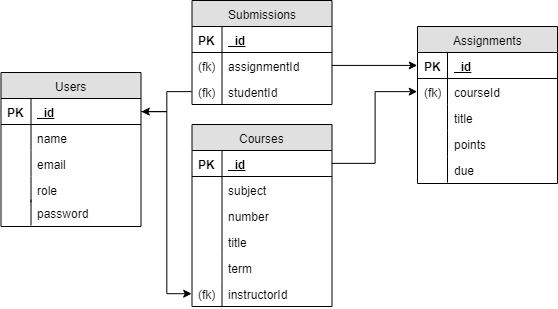
This is tarpaulin_schema.png from osu-cs493-sp19/final-project-team1, a draw.io export, as it was before one commit. Source tidied: cells renumbered, new cells last; positions are measured from the earlier drawing's top-left corner, leaving out a move shared by most shapes.
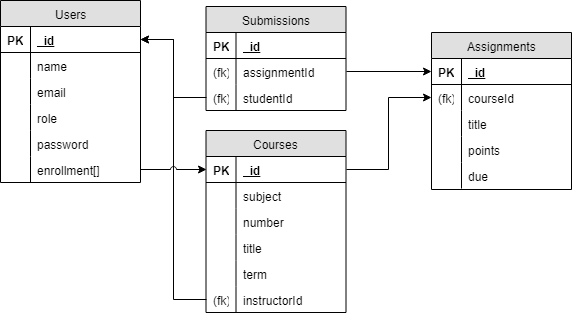
The same file after the commit.

What changed in the source:
```diff
@@ -3,7 +3,7 @@
     <mxCell id="0" />
     <mxCell id="1" parent="0" />
     <mxCell id="2" value="Users" style="swimlane;html=1;fontStyle=0;horizontal=1;startSize=26;fillColor=#e0e0e0;swimlaneFillColor=#ffffff;" parent="1" vertex="1">
-      <mxGeometry x="-0.5" y="72" width="140" height="154" as="geometry" />
+      <mxGeometry x="-15" y="-6" width="140" height="182" as="geometry" />
     </mxCell>
     <mxCell id="3" value="_id" style="shape=partialRectangle;top=0;left=0;right=0;bottom=1;html=1;align=left;verticalAlign=top;fillColor=none;spacingLeft=34;spacingRight=4;whiteSpace=wrap;overflow=hidden;points=[[0,0.5],[1,0.5]];portConstraint=eastwest;fontStyle=5;" parent="2" vertex="1">
       <mxGeometry y="26" width="140" height="26" as="geometry" />
@@ -29,6 +29,18 @@
     <mxCell id="10" style="shape=partialRectangle;top=0;left=0;bottom=0;html=1;fillColor=none;align=left;verticalAlign=top;spacingLeft=4;spacingRight=4;whiteSpace=wrap;overflow=hidden;" parent="9" vertex="1">
       <mxGeometry width="30" height="26" as="geometry" />
     </mxCell>
+    <mxCell id="48" value="password" style="shape=partialRectangle;top=0;left=0;right=0;bottom=0;html=1;align=left;verticalAlign=top;fillColor=none;spacingLeft=34;spacingRight=4;whiteSpace=wrap;overflow=hidden;" parent="2" vertex="1">
+      <mxGeometry y="130" width="140" height="26" as="geometry" />
+    </mxCell>
+    <mxCell id="49" style="shape=partialRectangle;top=0;left=0;bottom=0;html=1;fillColor=none;align=left;verticalAlign=top;spacingLeft=4;spacingRight=4;whiteSpace=wrap;overflow=hidden;" parent="48" vertex="1">
+      <mxGeometry width="30" height="26" as="geometry" />
+    </mxCell>
+    <mxCell id="22" value="enrollment[]" style="shape=partialRectangle;top=0;left=0;right=0;bottom=0;html=1;align=left;verticalAlign=top;fillColor=none;spacingLeft=34;spacingRight=4;whiteSpace=wrap;overflow=hidden;points=[[0,0.5],[1,0.5]];portConstraint=eastwest;" parent="2" vertex="1">
+      <mxGeometry y="156" width="140" height="26" as="geometry" />
+    </mxCell>
+    <mxCell id="23" style="shape=partialRectangle;top=0;left=0;bottom=0;html=1;fillColor=none;align=left;verticalAlign=top;spacingLeft=4;spacingRight=4;whiteSpace=wrap;overflow=hidden;" parent="22" vertex="1">
+      <mxGeometry width="30" height="26" as="geometry" />
+    </mxCell>
     <mxCell id="11" value="Assignments" style="swimlane;html=1;fontStyle=0;horizontal=1;startSize=26;fillColor=#e0e0e0;swimlaneFillColor=#ffffff;" parent="1" vertex="1">
       <mxGeometry x="416" y="26" width="140" height="157" as="geometry" />
     </mxCell>
@@ -62,12 +74,6 @@
     <mxCell id="21" style="shape=partialRectangle;top=0;left=0;bottom=0;html=1;fillColor=none;align=left;verticalAlign=top;spacingLeft=4;spacingRight=4;whiteSpace=wrap;overflow=hidden;" parent="20" vertex="1">
       <mxGeometry width="30" height="26" as="geometry" />
     </mxCell>
-    <mxCell id="22" value="password" style="shape=partialRectangle;top=0;left=0;right=0;bottom=0;html=1;align=left;verticalAlign=top;fillColor=none;spacingLeft=34;spacingRight=4;whiteSpace=wrap;overflow=hidden;points=[[0,0.5],[1,0.5]];portConstraint=eastwest;" parent="1" vertex="1">
-      <mxGeometry x="-0.5" y="199" width="140" height="26" as="geometry" />
-    </mxCell>
-    <mxCell id="23" style="shape=partialRectangle;top=0;left=0;bottom=0;html=1;fillColor=none;align=left;verticalAlign=top;spacingLeft=4;spacingRight=4;whiteSpace=wrap;overflow=hidden;" parent="22" vertex="1">
-      <mxGeometry width="30" height="26" as="geometry" />
-    </mxCell>
     <mxCell id="24" value="Courses" style="swimlane;html=1;fontStyle=0;horizontal=1;startSize=26;fillColor=#e0e0e0;swimlaneFillColor=#ffffff;" parent="1" vertex="1">
       <mxGeometry x="190.5" y="124" width="140" height="182" as="geometry" />
     </mxCell>
@@ -101,15 +107,15 @@
     <mxCell id="34" style="shape=partialRectangle;top=0;left=0;bottom=0;html=1;fillColor=none;align=left;verticalAlign=top;spacingLeft=4;spacingRight=4;whiteSpace=wrap;overflow=hidden;" parent="33" vertex="1">
       <mxGeometry width="30" height="26" as="geometry" />
     </mxCell>
+    <mxCell id="50" style="edgeStyle=orthogonalEdgeStyle;rounded=0;jettySize=auto;html=1;exitX=0;exitY=0.5;exitDx=0;exitDy=0;entryX=1;entryY=0.5;entryDx=0;entryDy=0;" parent="1" edge="1" source="35" target="3">
+      <mxGeometry relative="1" as="geometry" />
+    </mxCell>
     <mxCell id="35" value="instructorId" style="shape=partialRectangle;top=0;left=0;right=0;bottom=0;html=1;align=left;verticalAlign=top;fillColor=none;spacingLeft=34;spacingRight=4;whiteSpace=wrap;overflow=hidden;points=[[0,0.5],[1,0.5]];portConstraint=eastwest;" parent="1" vertex="1">
       <mxGeometry x="190.5" y="280" width="140" height="26" as="geometry" />
     </mxCell>
     <mxCell id="36" value="(fk)" style="shape=partialRectangle;top=0;left=0;bottom=0;html=1;fillColor=none;align=left;verticalAlign=top;spacingLeft=4;spacingRight=4;whiteSpace=wrap;overflow=hidden;" parent="35" vertex="1">
       <mxGeometry width="30" height="26" as="geometry" />
     </mxCell>
-    <mxCell id="37" style="edgeStyle=orthogonalEdgeStyle;rounded=0;jettySize=auto;html=1;entryX=0;entryY=0.5;entryDx=0;entryDy=0;" parent="1" edge="1" source="3" target="35">
-      <mxGeometry relative="1" as="geometry" />
-    </mxCell>
     <mxCell id="38" style="edgeStyle=orthogonalEdgeStyle;rounded=0;jettySize=auto;html=1;exitX=1;exitY=0.5;exitDx=0;exitDy=0;entryX=0;entryY=0.5;entryDx=0;entryDy=0;" parent="1" edge="1" source="25" target="14">
       <mxGeometry relative="1" as="geometry" />
     </mxCell>
@@ -140,5 +146,8 @@
     <mxCell id="47" style="edgeStyle=orthogonalEdgeStyle;rounded=0;jettySize=auto;html=1;exitX=0;exitY=0.5;exitDx=0;exitDy=0;entryX=1;entryY=0.5;entryDx=0;entryDy=0;" parent="1" edge="1" source="44" target="3">
       <mxGeometry relative="1" as="geometry" />
     </mxCell>
+    <mxCell id="51" style="edgeStyle=orthogonalEdgeStyle;rounded=0;jettySize=auto;html=1;exitX=1;exitY=0.5;exitDx=0;exitDy=0;entryX=0;entryY=0.5;entryDx=0;entryDy=0;jumpStyle=arc;" parent="1" edge="1" source="22" target="25">
+      <mxGeometry relative="1" as="geometry" />
+    </mxCell>
   </root>
 </mxGraphModel>
```
